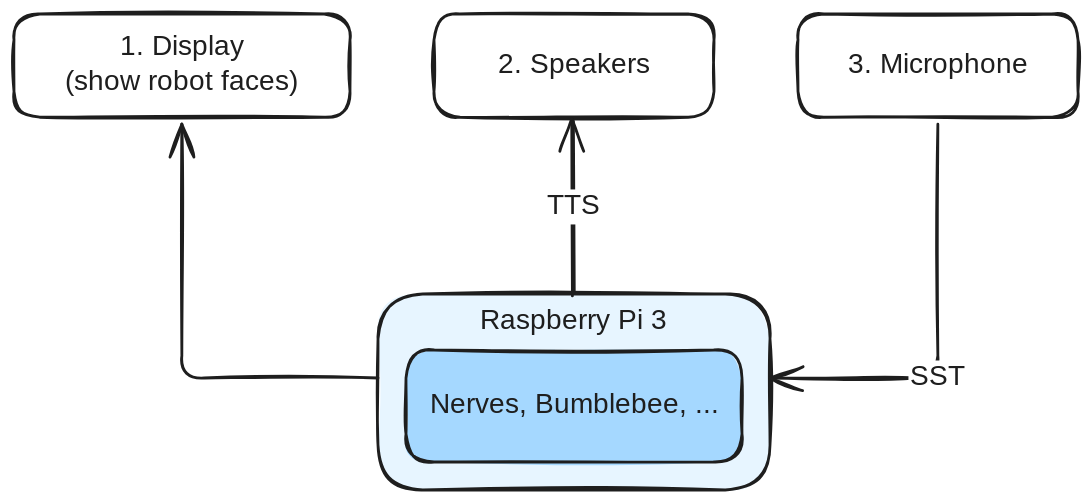
Earlier version of the Excalidraw export talks/moodbot-code-beam-europe-2025/public/img/fuzzy-vision.excalidraw.svg (croesnick/mood_bot). Source tidied: one line per element, renumbered; positions are measured from the earlier drawing's top-left corner, leaving out a move shared by most shapes.
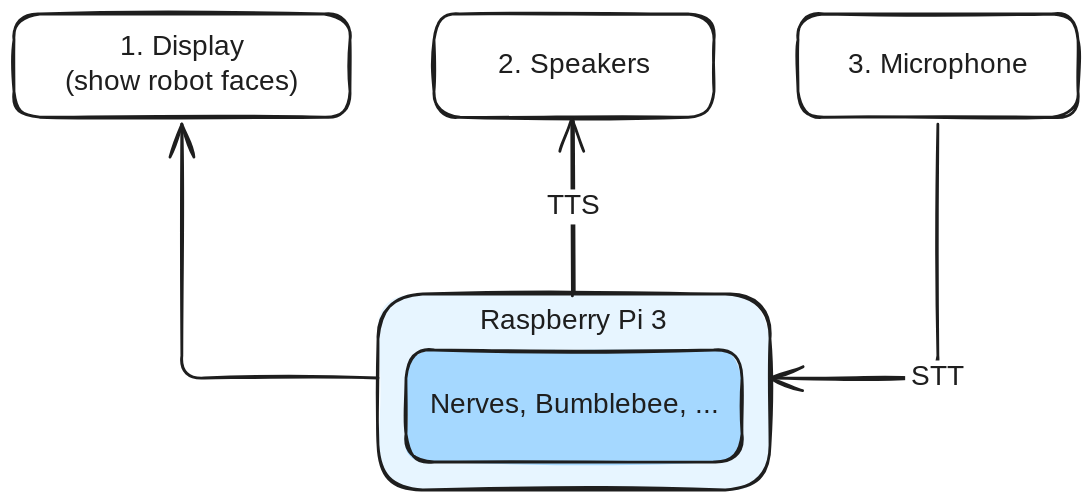
Above is the later version.

Change to the diagram source:
```diff
@@ -10,6 +10,6 @@
 {"id": 9, "type": "arrow", "strokeColor": "#1e1e1e", "strokeWidth": 2, "roughness": 1, "endArrowhead": "arrow", "round": true, "from": 0, "to": 7, "x": 400, "y": 200, "width": 0, "height": 123, "points": [[0, 0], [0, -123]]}
 {"id": 10, "type": "text", "text": "TTS", "strokeColor": "#1e1e1e", "backgroundColor": "#a5d8ff", "fillStyle": "solid", "strokeWidth": 2, "roughness": 1, "fontSize": 20, "fontFamily": 5, "textAlign": "center", "verticalAlign": "middle", "inside": 9, "x": 377, "y": 125, "width": 47, "height": 25}
 {"id": 11, "type": "arrow", "strokeColor": "#1e1e1e", "strokeWidth": 2, "roughness": 1, "endArrowhead": "arrow", "from": 5, "to": 0, "x": 660, "y": 79, "width": 120, "height": 181, "points": [[0, 0], [0, 181], [-120, 181]]}
-{"id": 12, "type": "text", "text": "SST", "strokeColor": "#1e1e1e", "backgroundColor": "#a5d8ff", "fillStyle": "solid", "strokeWidth": 2, "roughness": 1, "fontSize": 20, "fontFamily": 5, "textAlign": "center", "verticalAlign": "middle", "inside": 11, "x": 587, "y": 248, "width": 42, "height": 25}
+{"id": 12, "type": "text", "text": "STT", "strokeColor": "#1e1e1e", "backgroundColor": "#a5d8ff", "fillStyle": "solid", "strokeWidth": 2, "roughness": 1, "fontSize": 20, "fontFamily": 5, "textAlign": "center", "verticalAlign": "middle", "inside": 11, "x": 637, "y": 248, "width": 47, "height": 25}
 {"id": 13, "type": "rectangle", "strokeColor": "#1e1e1e", "backgroundColor": "#a5d8ff", "fillStyle": "solid", "strokeWidth": 2, "roughness": 1, "round": true, "x": 280, "y": 240, "width": 240, "height": 80}
 {"id": 14, "type": "text", "text": "Nerves, Bumblebee, ...", "strokeColor": "#1e1e1e", "strokeWidth": 2, "roughness": 1, "fontSize": 20, "fontFamily": 5, "textAlign": "center", "verticalAlign": "middle", "inside": 13, "x": 298, "y": 268, "width": 205, "height": 25}
```
